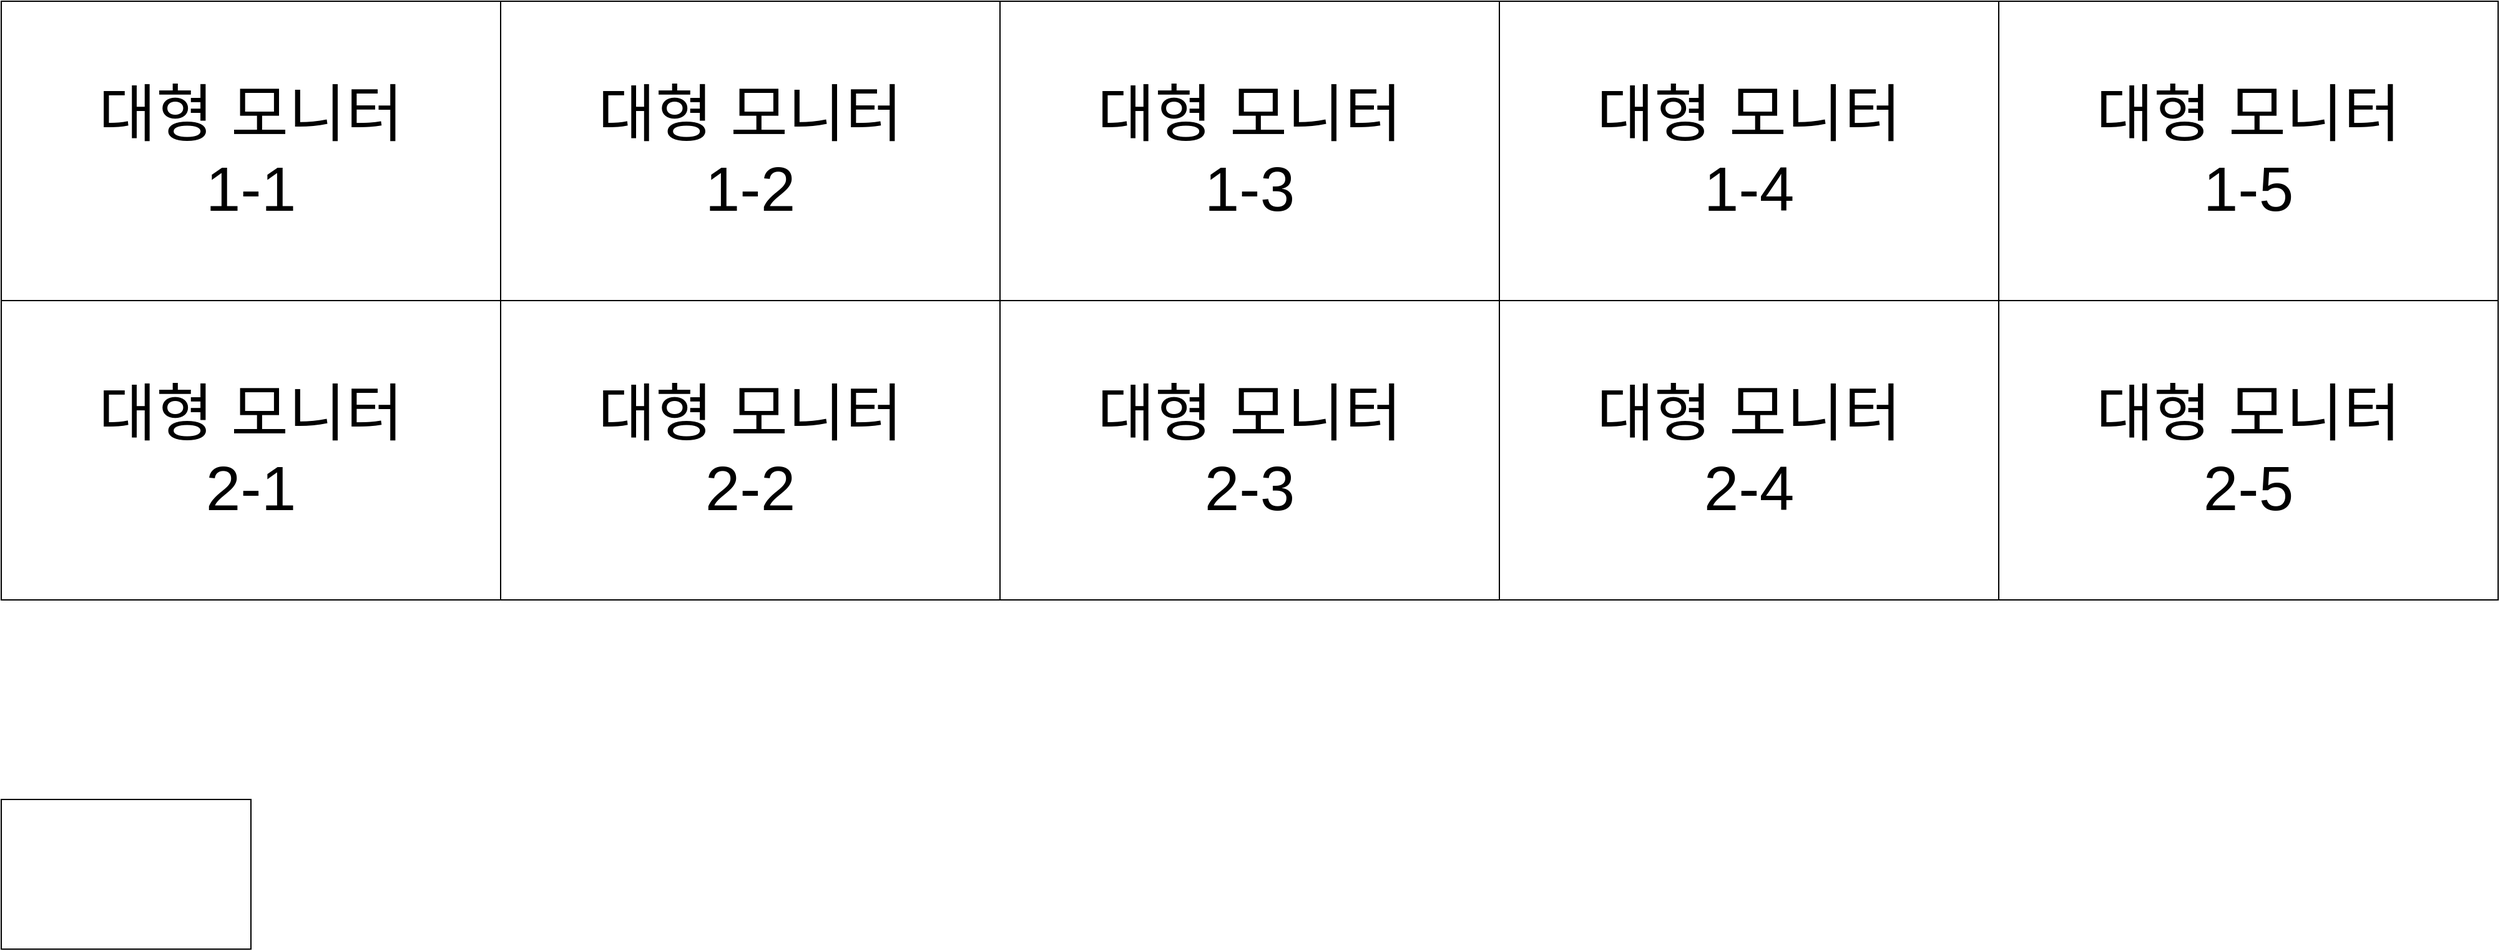
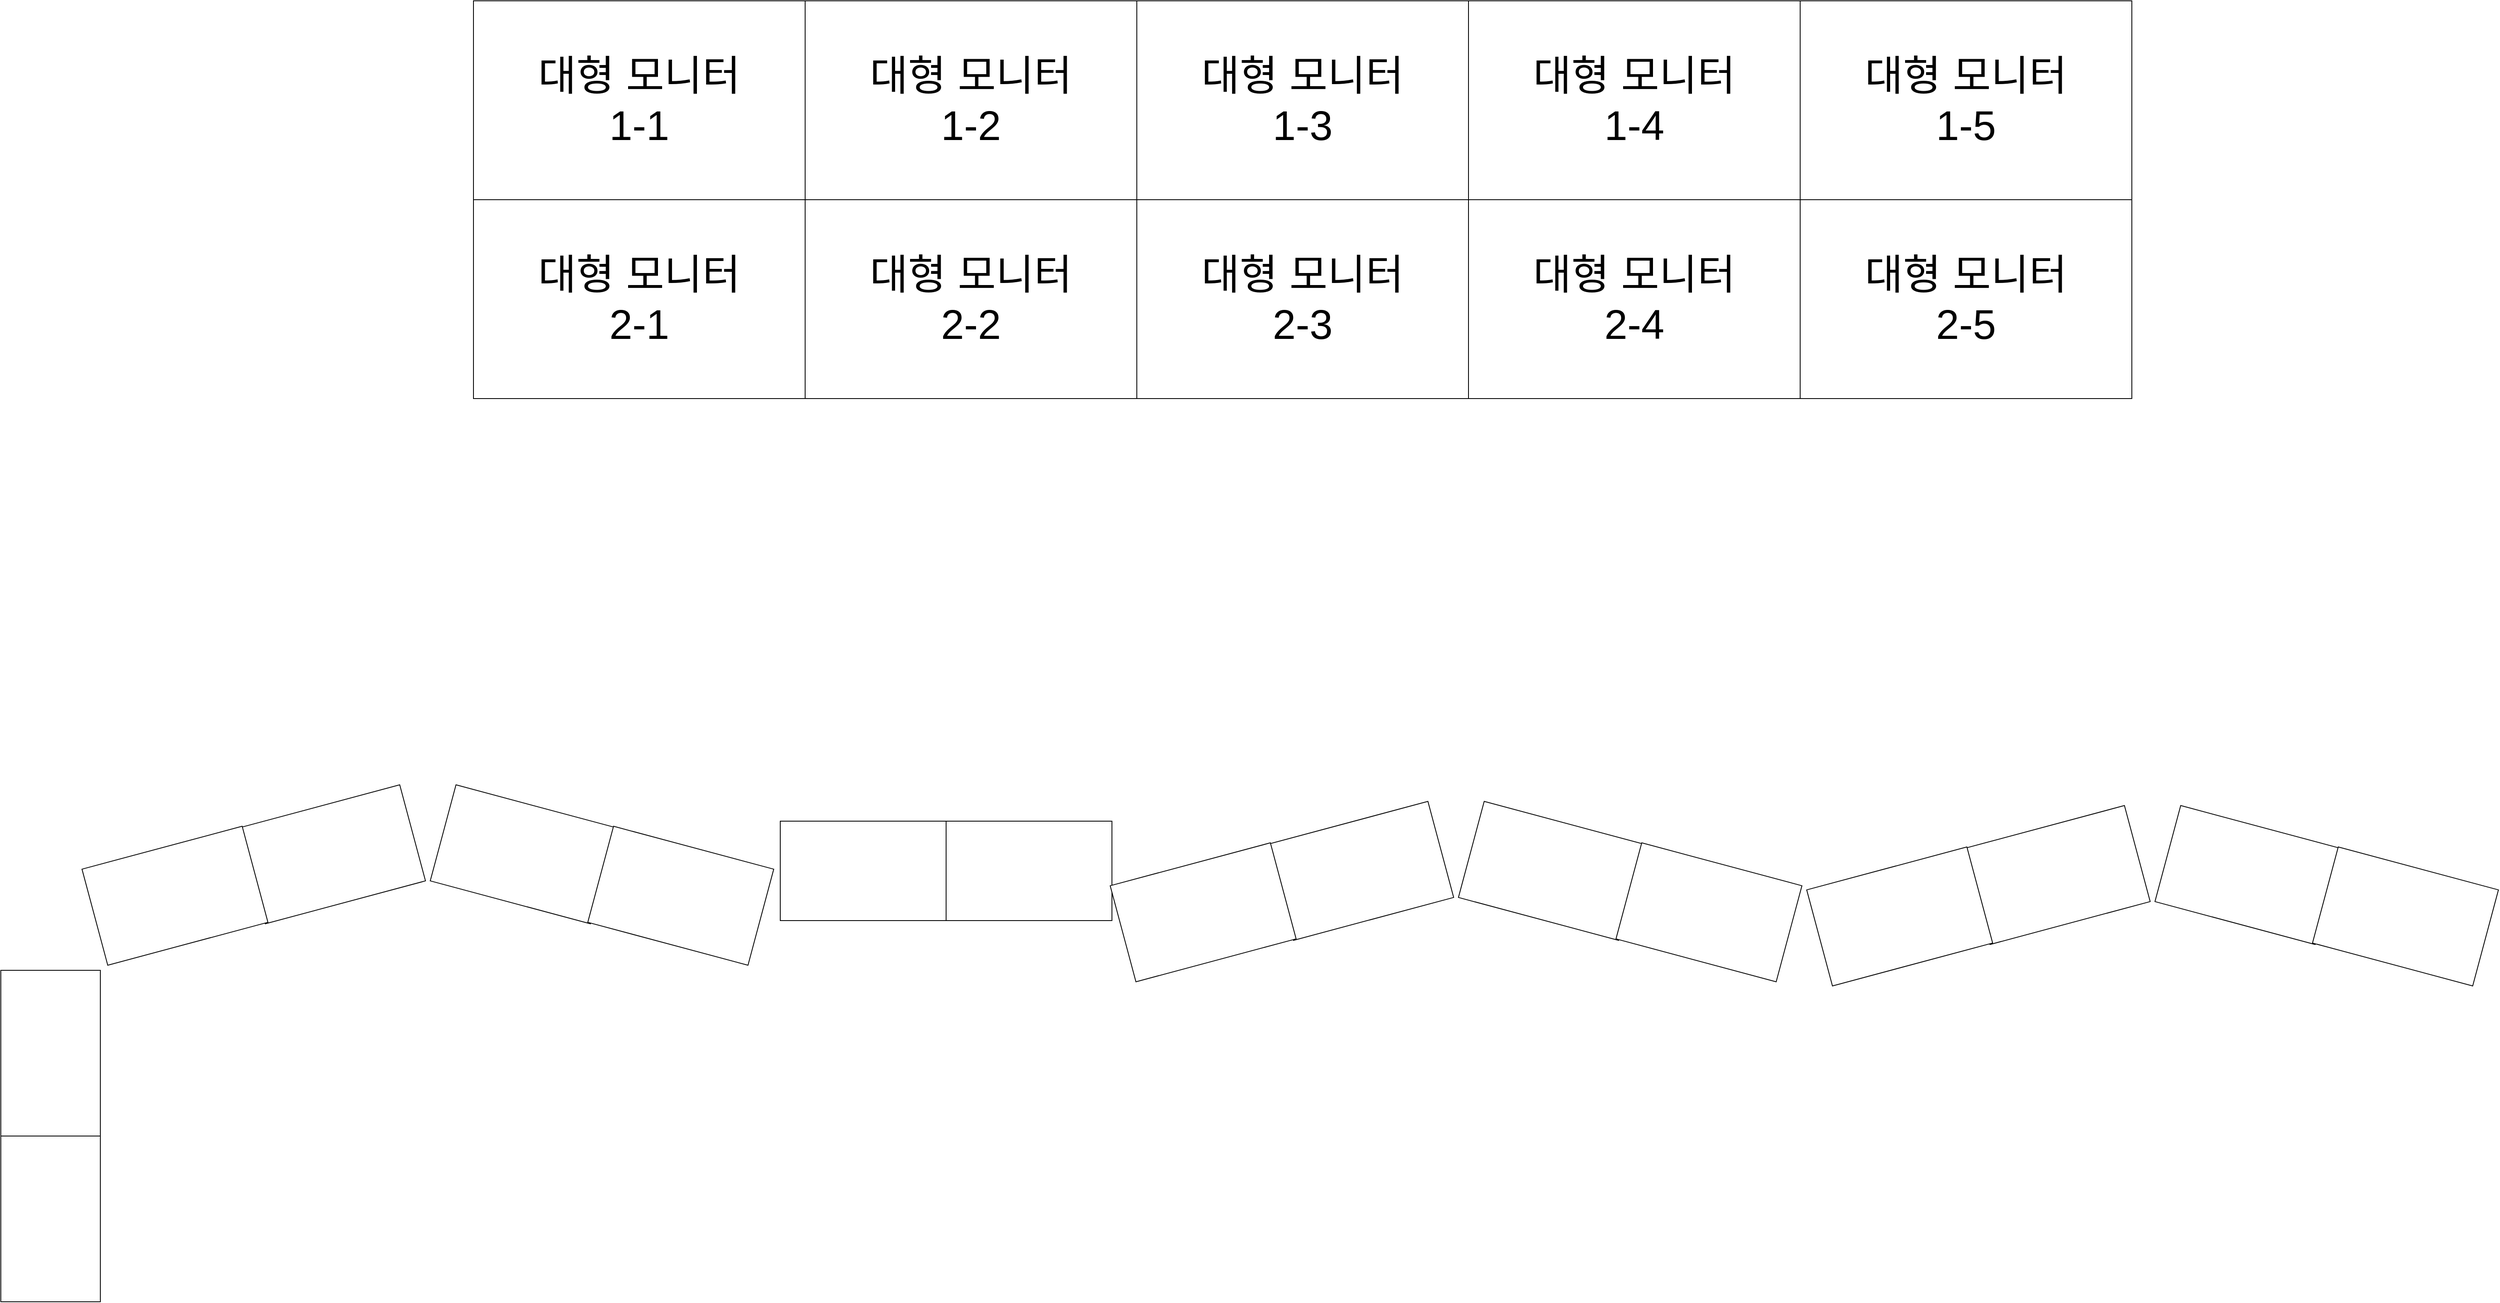
<mxfile host="app.diagrams.net">
  <diagram name="페이지-1" id="huDEN_TNZxucbmCPvrhv">
-     <mxGraphModel dx="3515" dy="1865" grid="1" gridSize="10" guides="1" tooltips="1" connect="1" arrows="1" fold="1" page="1" pageScale="1" pageWidth="827" pageHeight="1169" math="0" shadow="0">
+     <mxGraphModel dx="5514" dy="2487" grid="1" gridSize="10" guides="1" tooltips="1" connect="1" arrows="1" fold="1" page="1" pageScale="1" pageWidth="827" pageHeight="1169" math="0" shadow="0">
      <root>
        <mxCell id="0" />
        <mxCell id="1" parent="0" />
        <mxCell id="DQUwsMpxa4rGkdQu6fEW-57" parent="1" style="rounded=0;whiteSpace=wrap;html=1;" value="&lt;span style=&quot;font-size: 50px;&quot;&gt;대형 모니터&lt;/span&gt;&lt;div&gt;&lt;span style=&quot;font-size: 50px;&quot;&gt;1-1&lt;/span&gt;&lt;/div&gt;" vertex="1">
          <mxGeometry height="240" width="400" x="120" y="120" as="geometry" />
        </mxCell>
        <mxCell id="DQUwsMpxa4rGkdQu6fEW-62" parent="1" style="rounded=0;whiteSpace=wrap;html=1;" value="&lt;span style=&quot;font-size: 50px;&quot;&gt;대형 모니터&lt;/span&gt;&lt;div&gt;&lt;span style=&quot;font-size: 50px;&quot;&gt;1-2&lt;/span&gt;&lt;/div&gt;" vertex="1">
          <mxGeometry height="240" width="400" x="520" y="120" as="geometry" />
        </mxCell>
        <mxCell id="DQUwsMpxa4rGkdQu6fEW-63" parent="1" style="rounded=0;whiteSpace=wrap;html=1;" value="&lt;span style=&quot;font-size: 50px;&quot;&gt;대형 모니터&lt;/span&gt;&lt;div&gt;&lt;span style=&quot;font-size: 50px;&quot;&gt;1-3&lt;/span&gt;&lt;/div&gt;" vertex="1">
          <mxGeometry height="240" width="400" x="920" y="120" as="geometry" />
        </mxCell>
        <mxCell id="DQUwsMpxa4rGkdQu6fEW-64" parent="1" style="rounded=0;whiteSpace=wrap;html=1;" value="&lt;span style=&quot;font-size: 50px;&quot;&gt;대형 모니터&lt;/span&gt;&lt;div&gt;&lt;span style=&quot;font-size: 50px;&quot;&gt;1-4&lt;/span&gt;&lt;/div&gt;" vertex="1">
          <mxGeometry height="240" width="400" x="1320" y="120" as="geometry" />
        </mxCell>
        <mxCell id="DQUwsMpxa4rGkdQu6fEW-65" parent="1" style="rounded=0;whiteSpace=wrap;html=1;" value="&lt;span style=&quot;font-size: 50px;&quot;&gt;대형 모니터&lt;/span&gt;&lt;div&gt;&lt;span style=&quot;font-size: 50px;&quot;&gt;1-5&lt;/span&gt;&lt;/div&gt;" vertex="1">
          <mxGeometry height="240" width="400" x="1720" y="120" as="geometry" />
        </mxCell>
        <mxCell id="DQUwsMpxa4rGkdQu6fEW-70" parent="1" style="rounded=0;whiteSpace=wrap;html=1;" value="&lt;span style=&quot;font-size: 50px;&quot;&gt;대형 모니터&lt;/span&gt;&lt;div&gt;&lt;span style=&quot;font-size: 50px;&quot;&gt;2-1&lt;/span&gt;&lt;/div&gt;" vertex="1">
          <mxGeometry height="240" width="400" x="120" y="360" as="geometry" />
        </mxCell>
        <mxCell id="DQUwsMpxa4rGkdQu6fEW-71" parent="1" style="rounded=0;whiteSpace=wrap;html=1;" value="&lt;span style=&quot;font-size: 50px;&quot;&gt;대형 모니터&lt;/span&gt;&lt;div&gt;&lt;span style=&quot;font-size: 50px;&quot;&gt;2-2&lt;/span&gt;&lt;/div&gt;" vertex="1">
          <mxGeometry height="240" width="400" x="520" y="360" as="geometry" />
        </mxCell>
        <mxCell id="DQUwsMpxa4rGkdQu6fEW-72" parent="1" style="rounded=0;whiteSpace=wrap;html=1;" value="&lt;span style=&quot;font-size: 50px;&quot;&gt;대형 모니터&lt;/span&gt;&lt;div&gt;&lt;span style=&quot;font-size: 50px;&quot;&gt;2-3&lt;/span&gt;&lt;/div&gt;" vertex="1">
          <mxGeometry height="240" width="400" x="920" y="360" as="geometry" />
        </mxCell>
        <mxCell id="DQUwsMpxa4rGkdQu6fEW-73" parent="1" style="rounded=0;whiteSpace=wrap;html=1;" value="&lt;span style=&quot;font-size: 50px;&quot;&gt;대형 모니터&lt;/span&gt;&lt;div&gt;&lt;span style=&quot;font-size: 50px;&quot;&gt;2-4&lt;/span&gt;&lt;/div&gt;" vertex="1">
          <mxGeometry height="240" width="400" x="1320" y="360" as="geometry" />
        </mxCell>
        <mxCell id="DQUwsMpxa4rGkdQu6fEW-74" parent="1" style="rounded=0;whiteSpace=wrap;html=1;" value="&lt;span style=&quot;font-size: 50px;&quot;&gt;대형 모니터&lt;/span&gt;&lt;div&gt;&lt;span style=&quot;font-size: 50px;&quot;&gt;2-5&lt;/span&gt;&lt;/div&gt;" vertex="1">
          <mxGeometry height="240" width="400" x="1720" y="360" as="geometry" />
        </mxCell>
-         <mxCell id="DQUwsMpxa4rGkdQu6fEW-75" parent="1" style="rounded=0;whiteSpace=wrap;html=1;" value="" vertex="1">
-           <mxGeometry height="120" width="200" x="120" y="760" as="geometry" />
+         <mxCell id="DQUwsMpxa4rGkdQu6fEW-75" parent="1" style="rounded=0;whiteSpace=wrap;html=1;rotation=15;" value="" vertex="1">
+           <mxGeometry height="120" width="200" x="80" y="1090" as="geometry" />
+         </mxCell>
+         <mxCell id="vPS8sSKx2a6efAUR59vx-1" parent="1" style="rounded=0;whiteSpace=wrap;html=1;rotation=15;" value="" vertex="1">
+           <mxGeometry height="120" width="200" x="270" y="1140" as="geometry" />
+         </mxCell>
+         <mxCell id="vPS8sSKx2a6efAUR59vx-7" parent="1" style="rounded=0;whiteSpace=wrap;html=1;rotation=-15;" value="" vertex="1">
+           <mxGeometry height="120" width="200" x="-150" y="1090" as="geometry" />
+         </mxCell>
+         <mxCell id="vPS8sSKx2a6efAUR59vx-8" parent="1" style="rounded=0;whiteSpace=wrap;html=1;rotation=-15;" value="" vertex="1">
+           <mxGeometry height="120" width="200" x="-339.99827466494196" y="1139.997454087596" as="geometry" />
+         </mxCell>
+         <mxCell id="vPS8sSKx2a6efAUR59vx-9" parent="1" style="rounded=0;whiteSpace=wrap;html=1;rotation=-90;" value="" vertex="1">
+           <mxGeometry height="120" width="200" x="-489.99827466494196" y="1329.9974540875962" as="geometry" />
+         </mxCell>
+         <mxCell id="vPS8sSKx2a6efAUR59vx-10" parent="1" style="rounded=0;whiteSpace=wrap;html=1;rotation=-90;" value="" vertex="1">
+           <mxGeometry height="120" width="200" x="-490" y="1530" as="geometry" />
+         </mxCell>
+         <mxCell id="vPS8sSKx2a6efAUR59vx-19" parent="1" style="rounded=0;whiteSpace=wrap;html=1;rotation=0;" value="" vertex="1">
+           <mxGeometry height="120" width="200" x="490.00172533505804" y="1109.997454087596" as="geometry" />
+         </mxCell>
+         <mxCell id="vPS8sSKx2a6efAUR59vx-23" parent="1" style="rounded=0;whiteSpace=wrap;html=1;rotation=0;" value="" vertex="1">
+           <mxGeometry height="120" width="200" x="690" y="1110" as="geometry" />
+         </mxCell>
+         <mxCell id="vPS8sSKx2a6efAUR59vx-24" parent="1" style="rounded=0;whiteSpace=wrap;html=1;rotation=15;" value="" vertex="1">
+           <mxGeometry height="120" width="200" x="1320" y="1109.9974540875962" as="geometry" />
+         </mxCell>
+         <mxCell id="vPS8sSKx2a6efAUR59vx-25" parent="1" style="rounded=0;whiteSpace=wrap;html=1;rotation=15;" value="" vertex="1">
+           <mxGeometry height="120" width="200" x="1510" y="1159.9974540875962" as="geometry" />
+         </mxCell>
+         <mxCell id="vPS8sSKx2a6efAUR59vx-26" parent="1" style="rounded=0;whiteSpace=wrap;html=1;rotation=-15;" value="" vertex="1">
+           <mxGeometry height="120" width="200" x="1090" y="1109.9974540875962" as="geometry" />
+         </mxCell>
+         <mxCell id="vPS8sSKx2a6efAUR59vx-27" parent="1" style="rounded=0;whiteSpace=wrap;html=1;rotation=-15;" value="" vertex="1">
+           <mxGeometry height="120" width="200" x="900.0017253350578" y="1159.9949081751922" as="geometry" />
+         </mxCell>
+         <mxCell id="vPS8sSKx2a6efAUR59vx-28" parent="1" style="rounded=0;whiteSpace=wrap;html=1;rotation=15;" value="" vertex="1">
+           <mxGeometry height="120" width="200" x="2160.0000000000005" y="1114.9974540875962" as="geometry" />
+         </mxCell>
+         <mxCell id="vPS8sSKx2a6efAUR59vx-29" parent="1" style="rounded=0;whiteSpace=wrap;html=1;rotation=15;" value="" vertex="1">
+           <mxGeometry height="120" width="200" x="2350.0000000000005" y="1164.9974540875962" as="geometry" />
+         </mxCell>
+         <mxCell id="vPS8sSKx2a6efAUR59vx-30" parent="1" style="rounded=0;whiteSpace=wrap;html=1;rotation=-15;" value="" vertex="1">
+           <mxGeometry height="120" width="200" x="1930.0000000000005" y="1114.9974540875962" as="geometry" />
+         </mxCell>
+         <mxCell id="vPS8sSKx2a6efAUR59vx-31" parent="1" style="rounded=0;whiteSpace=wrap;html=1;rotation=-15;" value="" vertex="1">
+           <mxGeometry height="120" width="200" x="1740.0017253350584" y="1164.9949081751922" as="geometry" />
        </mxCell>
      </root>
    </mxGraphModel>
  </diagram>
</mxfile>
